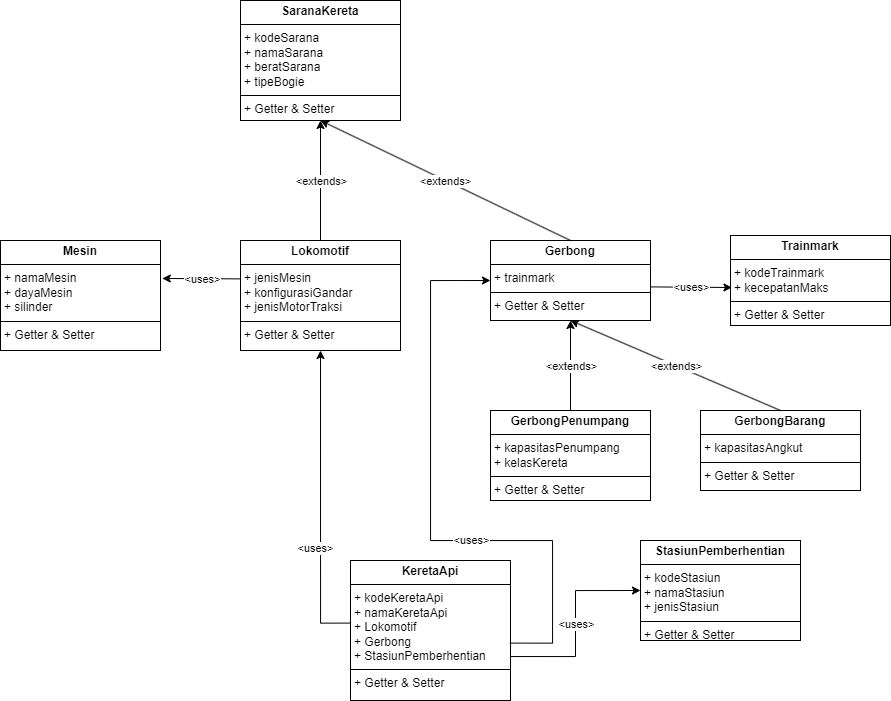
The draw.io diagram diagram.png in arxisthingy/TP3DPBO2425C1, before a commit. Source tidied: cells renumbered, new cells last; positions are measured from the earlier drawing's top-left corner, leaving out a move shared by most shapes.
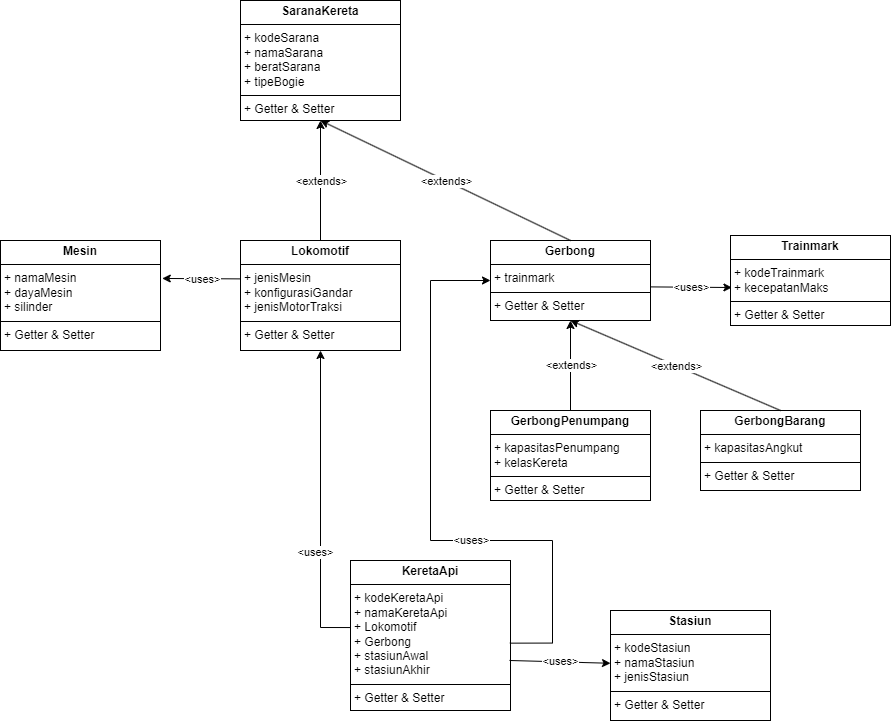
After the change.

Change to the diagram source:
```diff
@@ -2,9 +2,6 @@
   <root>
     <mxCell id="0" />
     <mxCell id="1" parent="0" />
-    <mxCell id="2" value="&lt;p style=&quot;margin:0px;margin-top:4px;text-align:center;&quot;&gt;&lt;b&gt;StasiunPemberhentian&lt;/b&gt;&lt;/p&gt;&lt;hr size=&quot;1&quot; style=&quot;border-style:solid;&quot;&gt;&lt;p style=&quot;margin:0px;margin-left:4px;&quot;&gt;+ kodeStasiun&lt;/p&gt;&lt;p style=&quot;margin:0px;margin-left:4px;&quot;&gt;+ namaStasiun&lt;br&gt;+ jenisStasiun&lt;/p&gt;&lt;hr size=&quot;1&quot; style=&quot;border-style:solid;&quot;&gt;&lt;p style=&quot;margin:0px;margin-left:4px;&quot;&gt;+ Getter &amp;amp; Setter&lt;/p&gt;" style="verticalAlign=top;align=left;overflow=fill;html=1;whiteSpace=wrap;" parent="1" vertex="1">
-      <mxGeometry x="640" y="540" width="160" height="100" as="geometry" />
-    </mxCell>
     <mxCell id="3" value="&lt;p style=&quot;margin:0px;margin-top:4px;text-align:center;&quot;&gt;&lt;b&gt;SaranaKereta&lt;/b&gt;&lt;/p&gt;&lt;hr size=&quot;1&quot; style=&quot;border-style:solid;&quot;&gt;&lt;p style=&quot;margin:0px;margin-left:4px;&quot;&gt;+ kodeSarana&lt;/p&gt;&lt;p style=&quot;margin:0px;margin-left:4px;&quot;&gt;+ namaSarana&lt;br&gt;+ beratSarana&lt;br&gt;+ tipeBogie&lt;/p&gt;&lt;hr size=&quot;1&quot; style=&quot;border-style:solid;&quot;&gt;&lt;p style=&quot;margin:0px;margin-left:4px;&quot;&gt;+ Getter &amp;amp; Setter&lt;/p&gt;" style="verticalAlign=top;align=left;overflow=fill;html=1;whiteSpace=wrap;" parent="1" vertex="1">
       <mxGeometry x="240" width="160" height="120" as="geometry" />
     </mxCell>
@@ -44,8 +41,8 @@
     <mxCell id="15" value="&amp;lt;uses&amp;gt;" style="edgeLabel;html=1;align=center;verticalAlign=middle;" parent="14" vertex="1">
       <mxGeometry relative="1" as="geometry" />
     </mxCell>
-    <mxCell id="16" value="&lt;p style=&quot;margin:0px;margin-top:4px;text-align:center;&quot;&gt;&lt;b&gt;KeretaApi&lt;/b&gt;&lt;/p&gt;&lt;hr size=&quot;1&quot; style=&quot;border-style:solid;&quot;&gt;&lt;p style=&quot;margin:0px;margin-left:4px;&quot;&gt;+ kodeKeretaApi&lt;br&gt;+ namaKeretaApi&lt;br&gt;+ Lokomotif&lt;br&gt;+ Gerbong&lt;br&gt;+ StasiunPemberhentian&lt;/p&gt;&lt;hr size=&quot;1&quot; style=&quot;border-style:solid;&quot;&gt;&lt;p style=&quot;margin:0px;margin-left:4px;&quot;&gt;+ Getter &amp;amp; Setter&lt;/p&gt;" style="verticalAlign=top;align=left;overflow=fill;html=1;whiteSpace=wrap;" parent="1" vertex="1">
-      <mxGeometry x="350" y="560" width="160" height="140" as="geometry" />
+    <mxCell id="16" value="&lt;p style=&quot;margin:0px;margin-top:4px;text-align:center;&quot;&gt;&lt;b&gt;KeretaApi&lt;/b&gt;&lt;/p&gt;&lt;hr size=&quot;1&quot; style=&quot;border-style:solid;&quot;&gt;&lt;p style=&quot;margin:0px;margin-left:4px;&quot;&gt;+ kodeKeretaApi&lt;br&gt;+ namaKeretaApi&lt;/p&gt;&lt;p style=&quot;margin:0px;margin-left:4px;&quot;&gt;+ Lokomotif&lt;br&gt;+ Gerbong&lt;br&gt;&lt;/p&gt;&lt;p style=&quot;margin:0px;margin-left:4px;&quot;&gt;+ stasiunAwal&lt;br&gt;+ stasiunAkhir&lt;br&gt;&lt;/p&gt;&lt;hr size=&quot;1&quot; style=&quot;border-style:solid;&quot;&gt;&lt;p style=&quot;margin:0px;margin-left:4px;&quot;&gt;+ Getter &amp;amp; Setter&lt;/p&gt;" style="verticalAlign=top;align=left;overflow=fill;html=1;whiteSpace=wrap;" parent="1" vertex="1">
+      <mxGeometry x="350" y="560" width="160" height="150" as="geometry" />
     </mxCell>
     <mxCell id="17" style="endArrow=classic;html=1;rounded=0;exitX=-0.001;exitY=0.447;exitDx=0;exitDy=0;entryX=0.5;entryY=1;entryDx=0;entryDy=0;exitPerimeter=0;edgeStyle=orthogonalEdgeStyle;" parent="1" edge="1" source="16" target="4">
       <mxGeometry relative="1" as="geometry" />
@@ -55,12 +52,6 @@
         <mxPoint x="-6" y="47" as="offset" />
       </mxGeometry>
     </mxCell>
-    <mxCell id="19" style="endArrow=classic;html=1;rounded=0;entryX=0;entryY=0.5;entryDx=0;entryDy=0;exitX=1;exitY=0.686;exitDx=0;exitDy=0;exitPerimeter=0;edgeStyle=orthogonalEdgeStyle;" parent="1" edge="1" source="16" target="2">
-      <mxGeometry relative="1" as="geometry" />
-    </mxCell>
-    <mxCell id="20" value="&amp;lt;uses&amp;gt;" style="edgeLabel;html=1;align=center;verticalAlign=middle;" parent="19" vertex="1">
-      <mxGeometry relative="1" as="geometry" />
-    </mxCell>
     <mxCell id="21" value="&lt;p style=&quot;margin:0px;margin-top:4px;text-align:center;&quot;&gt;&lt;b&gt;GerbongPenumpang&lt;/b&gt;&lt;/p&gt;&lt;hr size=&quot;1&quot; style=&quot;border-style:solid;&quot;&gt;&lt;p style=&quot;margin:0px;margin-left:4px;&quot;&gt;+ kapasitasPenumpang&lt;br&gt;&lt;/p&gt;&lt;p style=&quot;margin:0px;margin-left:4px;&quot;&gt;+ kelasKereta&lt;/p&gt;&lt;hr size=&quot;1&quot; style=&quot;border-style:solid;&quot;&gt;&lt;p style=&quot;margin:0px;margin-left:4px;&quot;&gt;+ Getter &amp;amp; Setter&lt;/p&gt;" style="verticalAlign=top;align=left;overflow=fill;html=1;whiteSpace=wrap;" parent="1" vertex="1">
       <mxGeometry x="490" y="410" width="160" height="90" as="geometry" />
     </mxCell>
@@ -79,7 +70,7 @@
     <mxCell id="26" value="&amp;lt;extends&amp;gt;" style="edgeLabel;html=1;align=center;verticalAlign=middle;" parent="25" vertex="1">
       <mxGeometry relative="1" as="geometry" />
     </mxCell>
-    <mxCell id="27" style="endArrow=classic;html=1;rounded=0;exitX=0.996;exitY=0.59;exitDx=0;exitDy=0;entryX=0;entryY=0.5;entryDx=0;entryDy=0;exitPerimeter=0;edgeStyle=orthogonalEdgeStyle;jumpSize=6;" parent="1" edge="1" source="16" target="5">
+    <mxCell id="27" style="endArrow=classic;html=1;rounded=0;entryX=0;entryY=0.5;entryDx=0;entryDy=0;edgeStyle=orthogonalEdgeStyle;jumpSize=6;exitX=0.996;exitY=0.551;exitDx=0;exitDy=0;exitPerimeter=0;" parent="1" edge="1" source="16" target="5">
       <mxGeometry relative="1" as="geometry">
         <Array as="points">
           <mxPoint x="552" y="643" />
@@ -94,5 +85,18 @@
         <mxPoint x="40" y="26" as="offset" />
       </mxGeometry>
     </mxCell>
+    <mxCell id="29" value="&lt;p style=&quot;margin:0px;margin-top:4px;text-align:center;&quot;&gt;&lt;b&gt;Stasiun&lt;/b&gt;&lt;/p&gt;&lt;hr size=&quot;1&quot; style=&quot;border-style:solid;&quot;&gt;&lt;p style=&quot;margin:0px;margin-left:4px;&quot;&gt;+ kodeStasiun&lt;br&gt;+ namaStasiun&lt;/p&gt;&lt;p style=&quot;margin:0px;margin-left:4px;&quot;&gt;+ jenisStasiun&lt;/p&gt;&lt;hr size=&quot;1&quot; style=&quot;border-style:solid;&quot;&gt;&lt;p style=&quot;margin:0px;margin-left:4px;&quot;&gt;+ Getter &amp;amp; Setter&lt;/p&gt;" style="verticalAlign=top;align=left;overflow=fill;html=1;whiteSpace=wrap;" parent="1" vertex="1">
+      <mxGeometry x="610" y="610" width="160" height="110" as="geometry" />
+    </mxCell>
+    <mxCell id="30" style="endArrow=classic;html=1;rounded=0;jumpSize=6;exitX=0.996;exitY=0.551;exitDx=0;exitDy=0;exitPerimeter=0;" parent="1" edge="1" target="29">
+      <mxGeometry relative="1" as="geometry">
+        <mxPoint x="509" y="660" as="sourcePoint" />
+      </mxGeometry>
+    </mxCell>
+    <mxCell id="20" value="&amp;lt;uses&amp;gt;" style="edgeLabel;html=1;align=center;verticalAlign=middle;" parent="30" vertex="1">
+      <mxGeometry relative="1" as="geometry">
+        <mxPoint y="-1" as="offset" />
+      </mxGeometry>
+    </mxCell>
   </root>
 </mxGraphModel>
```
